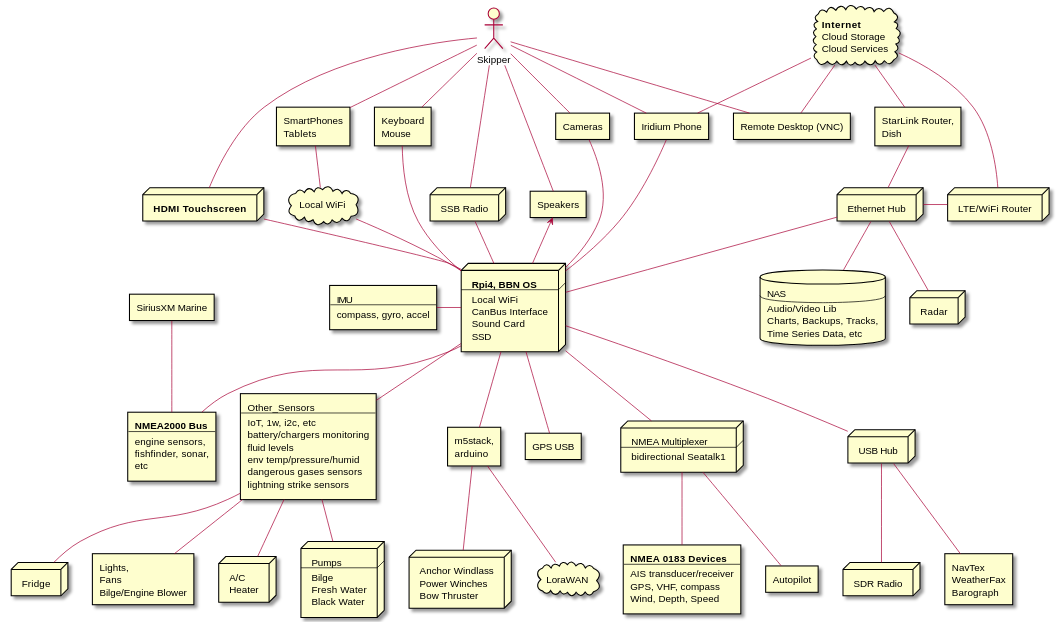
Before: docs/images/system-arch.svg, a diagram exported from PlantUML (bareboat-necessities/my-bareboat). Its diagram source:
```plantuml
@startuml

actor Skipper [
 Skipper
]

node RPI [
 <b>Rpi4, BBN OS
 ----
 Local WiFi
 CanBus Interface
 Sound Card
 SSD
]

rectangle GPS [
 GPS USB
]

rectangle IMU [
 IMU
 ----
 compass, gyro, accel
]

rectangle NMEA_2000 [
 <b>NMEA2000 Bus
 ----
 engine sensors,
 fishfinder, sonar,
 etc
]

node NMEA_Mux [
 NMEA Multiplexer
 ----
 bidirectional Seatalk1
]

rectangle NMEA_0183 [
 <b>NMEA 0183 Devices
 ----
 AIS transducer/receiver
 GPS, VHF, compass
 Wind, Depth, Speed
]

rectangle AP [
 Autopilot
]

node Eth_Hub [
 Ethernet Hub
]

node USB_Hub [
 USB Hub
]

node Router [
 LTE/WiFi Router
]

rectangle Dish_Router [
 StarLink Router,
 Dish
]

node Radar [
 Radar
]

node Touchscreen [
 <b>HDMI Touchscreen
]

rectangle Speakers [
 Speakers
]

rectangle Cameras [
 Cameras
]

node SDR [
 SDR Radio
]

node SSB [
 SSB Radio
]

cloud WiFi_Local [
 Local WiFi
]

rectangle Iridium [
 Iridium Phone
]

rectangle Other_Sensors [
 Other_Sensors
 ----
 IoT, 1w, i2c, etc
 battery/chargers monitoring
 fluid levels
 env temp/pressure/humid
 dangerous gases sensors
 lightning strike sensors
]

rectangle Remote_Desktop [
 Remote Desktop (VNC)
]

node AC [
 A/C
 Heater
]

node Pumps [
 Pumps
 ----
 Bilge
 Fresh Water
 Black Water
]

node Fridge [
 Fridge
]

rectangle Lights_Fans [
 Lights,
 Fans
 Bilge/Engine Blower
]

rectangle Keyboard_Mouse [
 Keyboard
 Mouse
]

rectangle Weather [
 NavTex
 WeatherFax
 Barograph
]

rectangle SiriusXM [
 SiriusXM Marine
]

rectangle SmartPhone [
 SmartPhones
 Tablets
]

database NAS [
 NAS
 ----
 Audio/Video Lib
 Charts, Backups, Tracks,
 Time Series Data, etc
]

node Winches [
 Anchor Windlass
 Power Winches
 Bow Thruster
]

cloud Cloud_Internet [
 <b>Internet
 Cloud Storage
 Cloud Services
]

cloud Lora [
 LoraWAN
]

rectangle Esp32 [
 m5stack,
 arduino
]

RPI -- GPS
RPI -l- IMU
RPI -- NMEA_2000
RPI -- NMEA_Mux
RPI -u- Eth_Hub
RPI -- USB_Hub
RPI -u- Touchscreen
RPI -u- Cameras
RPI -u-> Speakers
RPI -u- SSB
RPI -u- Iridium
RPI -- Other_Sensors
RPI -d- Esp32
RPI -u- WiFi_Local
RPI -u- Keyboard_Mouse

SmartPhone -- WiFi_Local

SiriusXM -- NMEA_2000

Eth_Hub -r- Router
Eth_Hub -- Radar
Eth_Hub -- NAS
Eth_Hub -u- Dish_Router

USB_Hub -- SDR
USB_Hub -- Weather

Other_Sensors -- AC
Other_Sensors -- Fridge
Other_Sensors -- Lights_Fans
Other_Sensors -- Pumps

NMEA_Mux -- NMEA_0183
NMEA_Mux -- AP

Esp32 -- Lora
Esp32 -- Winches

Cloud_Internet -- Dish_Router
Cloud_Internet -- Router
Cloud_Internet -- Iridium
Cloud_Internet -- Remote_Desktop

Skipper -- Touchscreen
Skipper -- Speakers
Skipper -- Cameras
Skipper -- Iridium
Skipper -- SSB
Skipper -- SmartPhone
Skipper -- Keyboard_Mouse
Skipper -- Remote_Desktop

@enduml
```
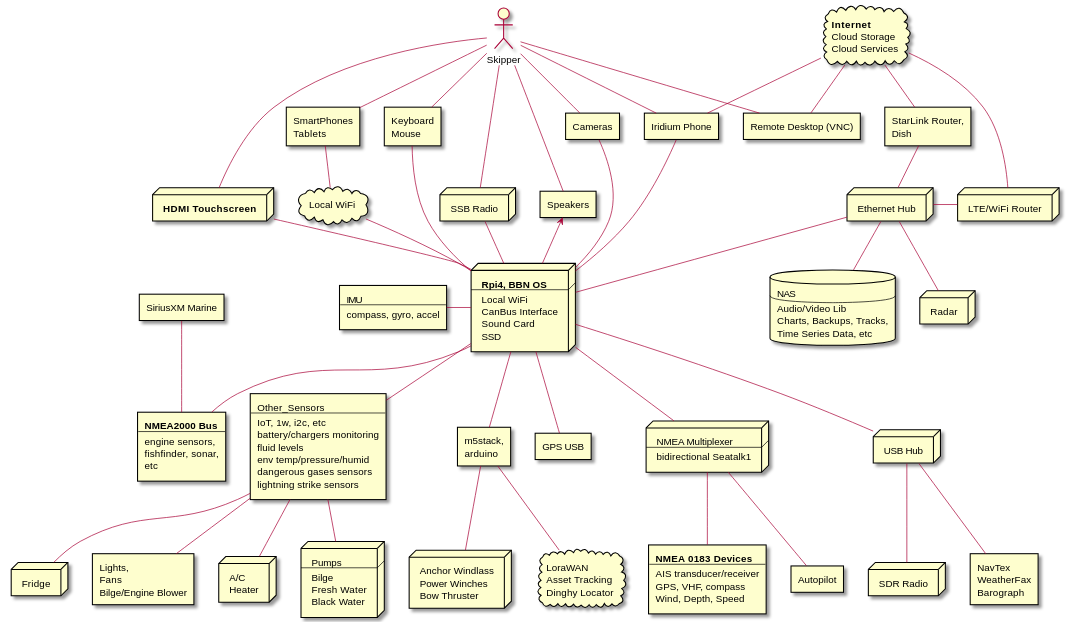
The same file after the commit.

Commit message:
better diagrams

The edit, as a diff of the source:
```diff
@@ -178,6 +178,8 @@
 
 cloud Lora [
  LoraWAN
+ Asset Tracking
+ Dinghy Locator
 ]
 
 rectangle Esp32 [
```
